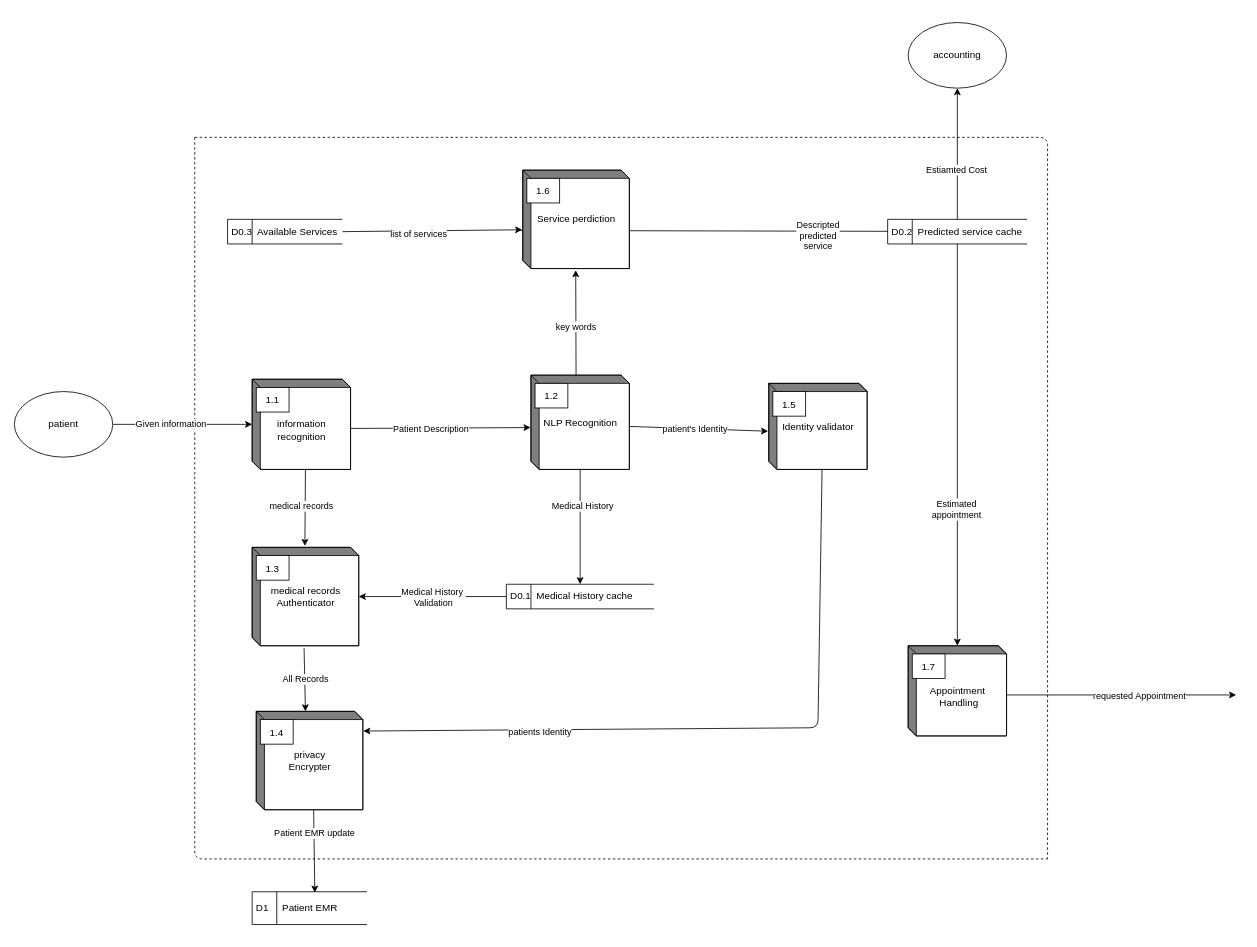
This is leveltwoDFD.drawio from srssina/Healthcare_Database_system, a draw.io file, before an edit. Source tidied: cells renumbered, new cells numbered last; positions are measured from the earlier drawing's top-left corner, leaving out a move shared by most shapes. Both pictures are drawn from the tidied source at 82%, with x=0, y=0 at pixel (14, 22).
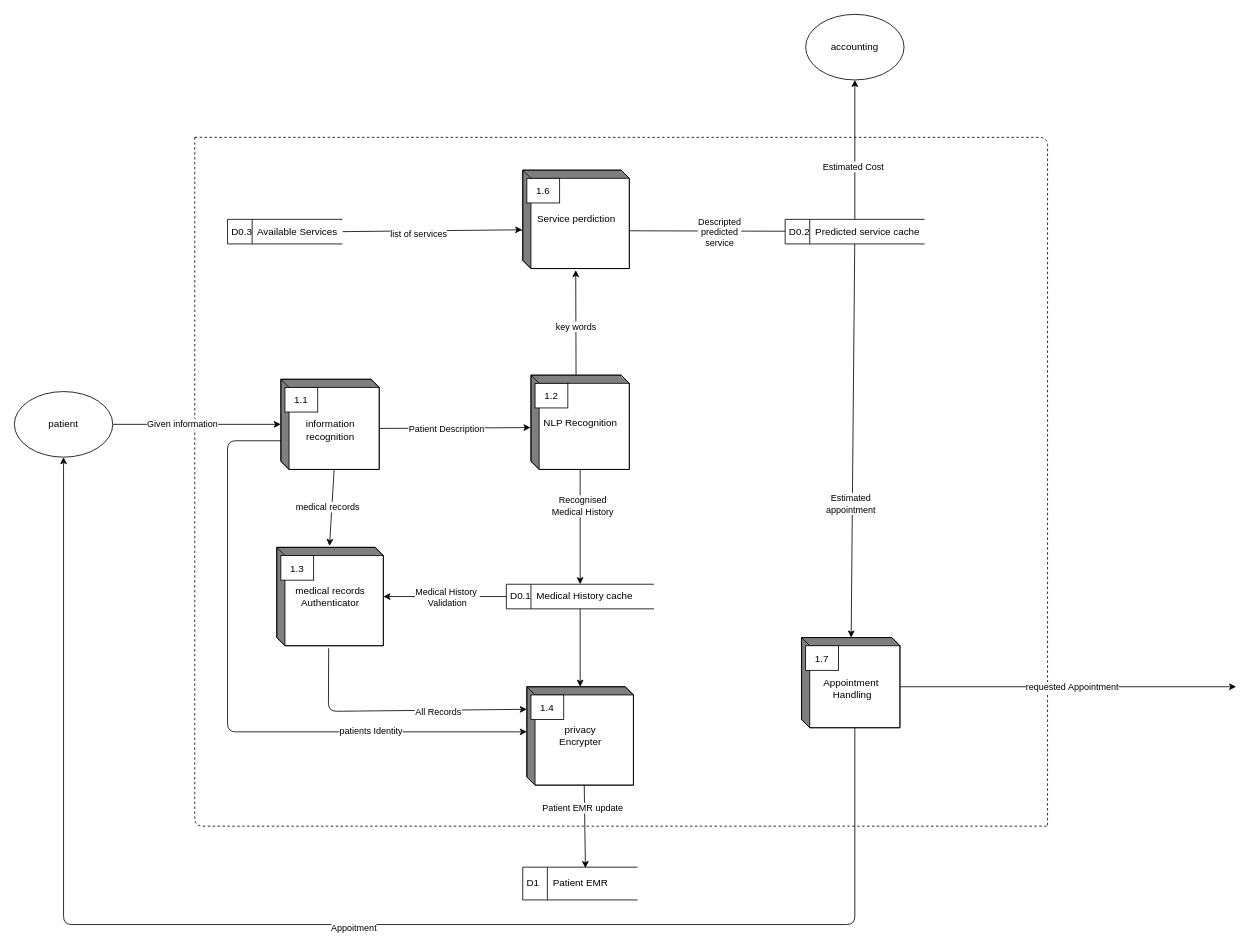
After the change.

The change refers to these unchanged cells:
```xml
<mxCell id="7" value="patient" style="ellipse;whiteSpace=wrap;html=1;" parent="1" vertex="1">
  <mxGeometry y="450" width="120" height="80" as="geometry" />
</mxCell>
<mxCell id="15" style="edgeStyle=none;html=1;entryX=0.5;entryY=0;entryDx=0;entryDy=0;" parent="1" edge="1" source="21" target="31">
  <mxGeometry relative="1" as="geometry" />
</mxCell>
<mxCell id="21" value="NLP Recognition" style="html=1;dashed=0;whitespace=wrap;shape=mxgraph.dfd.externalEntity;" parent="1" vertex="1">
  <mxGeometry x="630" y="430" width="120" height="115" as="geometry" />
</mxCell>
<mxCell id="23" style="edgeStyle=none;html=1;entryX=0.546;entryY=0.027;entryDx=0;entryDy=0;exitX=0;exitY=0;exitDx=70;exitDy=120;exitPerimeter=0;entryPerimeter=0;" parent="1" edge="1" source="32" target="8">
  <mxGeometry relative="1" as="geometry" />
</mxCell>
<mxCell id="31" value="D0.1&amp;nbsp; Medical History cache&amp;nbsp;&amp;nbsp;" style="html=1;dashed=0;whitespace=wrap;shape=mxgraph.dfd.dataStoreID;align=left;spacingLeft=3;points=[[0,0],[0.5,0],[1,0],[0,0.5],[1,0.5],[0,1],[0.5,1],[1,1]];" parent="1" vertex="1">
  <mxGeometry x="600" y="685" width="180" height="30" as="geometry" />
</mxCell>
<mxCell id="34" style="edgeStyle=none;html=1;exitX=-0.015;exitY=0.613;exitDx=0;exitDy=0;exitPerimeter=0;entryX=1;entryY=0.5;entryDx=0;entryDy=0;" parent="1" edge="1" source="36" target="42">
  <mxGeometry relative="1" as="geometry" />
</mxCell>
<mxCell id="38" style="edgeStyle=none;html=1;entryX=0.5;entryY=1;entryDx=0;entryDy=0;exitX=0.5;exitY=0;exitDx=0;exitDy=0;" parent="1" edge="1" source="42" target="4">
  <mxGeometry relative="1" as="geometry" />
</mxCell>
```

What changed in the source:
```diff
@@
     <mxCell id="2" style="endArrow=none;dashed=1;html=1;" parent="1" edge="1">
       <mxGeometry relative="1" as="geometry">
         <mxPoint x="220" y="140" as="sourcePoint" />
-        <mxPoint x="1260" y="1020" as="targetPoint" />
+        <mxPoint x="1260" y="980" as="targetPoint" />
         <Array as="points">
           <mxPoint x="1260" y="140" />
         </Array>
       </mxGeometry>
     </mxCell>
     <mxCell id="3" style="endArrow=none;dashed=1;html=1;" parent="1" edge="1">
       <mxGeometry relative="1" as="geometry">
         <mxPoint x="220" y="140" as="sourcePoint" />
-        <mxPoint x="1260" y="1020" as="targetPoint" />
+        <mxPoint x="1260" y="980" as="targetPoint" />
         <Array as="points">
-          <mxPoint x="220" y="1020" />
+          <mxPoint x="220" y="980" />
+          <mxPoint x="760" y="980" />
         </Array>
       </mxGeometry>
     </mxCell>
     <mxCell id="4" value="accounting" style="ellipse;whiteSpace=wrap;html=1;" parent="1" vertex="1">
-      <mxGeometry x="1090" width="120" height="80" as="geometry" />
+      <mxGeometry x="965" y="-10" width="120" height="80" as="geometry" />
     </mxCell>
@@
     <mxCell id="8" value="D1&amp;nbsp; &amp;nbsp; &amp;nbsp;Patient EMR" style="html=1;dashed=0;whitespace=wrap;shape=mxgraph.dfd.dataStoreID;align=left;spacingLeft=3;points=[[0,0],[0.5,0],[1,0],[0,0.5],[1,0.5],[0,1],[0.5,1],[1,1]];" parent="1" vertex="1">
-      <mxGeometry x="290" y="1060" width="140" height="40" as="geometry" />
+      <mxGeometry x="620" y="1030" width="140" height="40" as="geometry" />
     </mxCell>
@@
     <mxCell id="13" value="&lt;br&gt;information&lt;br&gt;recognition" style="html=1;dashed=0;whitespace=wrap;shape=mxgraph.dfd.externalEntity;" parent="1" vertex="1">
-      <mxGeometry x="290" y="435" width="120" height="110" as="geometry" />
+      <mxGeometry x="325" y="435" width="120" height="110" as="geometry" />
     </mxCell>
@@
-    <mxCell id="16" value="Medical History" style="edgeLabel;html=1;align=center;verticalAlign=middle;" parent="15" vertex="1">
+    <mxCell id="16" value="Recognised&lt;br&gt;Medical History" style="edgeLabel;html=1;align=center;verticalAlign=middle;" parent="15" vertex="1">
       <mxGeometry x="-0.37" y="2" relative="1" as="geometry" />
     </mxCell>
-    <mxCell id="17" style="edgeStyle=none;html=1;exitX=0;exitY=0;exitDx=120.00000000000001;exitDy=62.50000000000001;exitPerimeter=0;entryX=-0.006;entryY=0.556;entryDx=0;entryDy=0;entryPerimeter=0;" parent="1" edge="1" source="21" target="45">
-      <mxGeometry relative="1" as="geometry" />
-    </mxCell>
-    <mxCell id="18" value="patient's Identity" style="edgeLabel;html=1;align=center;verticalAlign=middle;" parent="17" vertex="1">
-      <mxGeometry x="0.38" y="1" relative="1" as="geometry">
-        <mxPoint x="-37" as="offset" />
-      </mxGeometry>
-    </mxCell>
@@
     <mxCell id="24" value="Patient EMR update" style="edgeLabel;html=1;align=center;verticalAlign=middle;" parent="23" vertex="1">
       <mxGeometry x="-0.16" relative="1" as="geometry">
-        <mxPoint y="-13" as="offset" />
+        <mxPoint x="-3" y="-14" as="offset" />
       </mxGeometry>
     </mxCell>
-    <mxCell id="25" style="edgeStyle=none;html=1;exitX=0.487;exitY=1.025;exitDx=0;exitDy=0;exitPerimeter=0;entryX=0;entryY=0;entryDx=60;entryDy=0;entryPerimeter=0;" parent="1" edge="1" source="27" target="32">
-      <mxGeometry relative="1" as="geometry" />
+    <mxCell id="25" style="edgeStyle=none;html=1;exitX=0.487;exitY=1.025;exitDx=0;exitDy=0;exitPerimeter=0;entryX=0;entryY=0;entryDx=0;entryDy=27.5;entryPerimeter=0;" parent="1" edge="1" source="27" target="32">
+      <mxGeometry relative="1" as="geometry">
+        <Array as="points">
+          <mxPoint x="383" y="840" />
+        </Array>
+      </mxGeometry>
     </mxCell>
     <mxCell id="26" value="All Records" style="edgeLabel;html=1;align=center;verticalAlign=middle;" parent="25" vertex="1">
       <mxGeometry x="0.54" y="-1" relative="1" as="geometry">
-        <mxPoint x="1" y="-22" as="offset" />
+        <mxPoint x="-36" y="1" as="offset" />
       </mxGeometry>
     </mxCell>
     <mxCell id="27" value="medical records&lt;br&gt;Authenticator" style="html=1;dashed=0;whitespace=wrap;shape=mxgraph.dfd.externalEntity;" parent="1" vertex="1">
-      <mxGeometry x="290" y="640" width="130" height="120" as="geometry" />
+      <mxGeometry x="320" y="640" width="130" height="120" as="geometry" />
     </mxCell>
@@
+    <mxCell id="54" style="edgeStyle=none;html=1;" parent="1" edge="1" source="31" target="32">
+      <mxGeometry relative="1" as="geometry" />
+    </mxCell>
@@
     <mxCell id="32" value="privacy &lt;br&gt;Encrypter" style="html=1;dashed=0;whitespace=wrap;shape=mxgraph.dfd.externalEntity;" parent="1" vertex="1">
-      <mxGeometry x="295" y="840" width="130" height="120" as="geometry" />
+      <mxGeometry x="625" y="810" width="130" height="120" as="geometry" />
     </mxCell>
@@
     <mxCell id="35" value="Descripted&lt;br&gt;predicted&lt;br&gt;service" style="edgeLabel;html=1;align=center;verticalAlign=middle;" parent="34" vertex="1">
       <mxGeometry x="0.17" y="-2" relative="1" as="geometry">
-        <mxPoint y="3" as="offset" />
+        <mxPoint x="-47" y="-1" as="offset" />
       </mxGeometry>
     </mxCell>
@@
-    <mxCell id="39" value="Estiamted Cost" style="edgeLabel;html=1;align=center;verticalAlign=middle;" parent="38" vertex="1">
-      <mxGeometry x="-0.24" y="2" relative="1" as="geometry" />
+    <mxCell id="39" value="Estimated Cost" style="edgeLabel;html=1;align=center;verticalAlign=middle;" parent="38" vertex="1">
+      <mxGeometry x="-0.24" y="2" relative="1" as="geometry">
+        <mxPoint x="-1" as="offset" />
+      </mxGeometry>
     </mxCell>
@@
     <mxCell id="42" value="D0.2&amp;nbsp; Predicted service cache" style="html=1;dashed=0;whitespace=wrap;shape=mxgraph.dfd.dataStoreID;align=left;spacingLeft=3;points=[[0,0],[0.5,0],[1,0],[0,0.5],[1,0.5],[0,1],[0.5,1],[1,1]];" parent="1" vertex="1">
-      <mxGeometry x="1065" y="240" width="170" height="30" as="geometry" />
+      <mxGeometry x="940" y="240" width="170" height="30" as="geometry" />
     </mxCell>
-    <mxCell id="43" style="edgeStyle=none;html=1;exitX=0;exitY=0;exitDx=65;exitDy=105;exitPerimeter=0;entryX=1.004;entryY=0.2;entryDx=0;entryDy=0;entryPerimeter=0;" parent="1" edge="1" source="45" target="32">
+    <mxCell id="43" style="edgeStyle=none;html=1;exitX=0;exitY=0;exitDx=0;exitDy=75;exitPerimeter=0;entryX=0;entryY=0;entryDx=0;entryDy=55.00000000000001;entryPerimeter=0;" parent="1" edge="1" source="13" target="32">
       <mxGeometry relative="1" as="geometry">
         <Array as="points">
-          <mxPoint x="980" y="860" />
+          <mxPoint x="260" y="510" />
+          <mxPoint x="260" y="865" />
         </Array>
       </mxGeometry>
     </mxCell>
@@
-    <mxCell id="45" value="Identity validator" style="html=1;dashed=0;whitespace=wrap;shape=mxgraph.dfd.externalEntity;" parent="1" vertex="1">
-      <mxGeometry x="920" y="440" width="120" height="105" as="geometry" />
-    </mxCell>
-    <mxCell id="46" value="1.5" style="strokeColor=inherit;fillColor=inherit;gradientColor=inherit;" parent="45" vertex="1">
-      <mxGeometry width="40" height="30" relative="1" as="geometry">
-        <mxPoint x="5" y="10" as="offset" />
-      </mxGeometry>
-    </mxCell>
@@
     <mxCell id="50" style="edgeStyle=none;html=1;exitX=0;exitY=0;exitDx=120;exitDy=60;exitPerimeter=0;" parent="1" edge="1" source="52">
       <mxGeometry relative="1" as="geometry">
-        <mxPoint x="1490" y="820" as="targetPoint" />
+        <mxPoint x="1490" y="810" as="targetPoint" />
       </mxGeometry>
     </mxCell>
@@
+    <mxCell id="55" style="edgeStyle=none;html=1;exitX=0;exitY=0;exitDx=65;exitDy=110;exitPerimeter=0;entryX=0.5;entryY=1;entryDx=0;entryDy=0;" parent="1" edge="1" source="52" target="7">
+      <mxGeometry relative="1" as="geometry">
+        <Array as="points">
+          <mxPoint x="1025" y="1100" />
+          <mxPoint x="60" y="1100" />
+        </Array>
+      </mxGeometry>
+    </mxCell>
+    <mxCell id="56" value="Appoitment" style="edgeLabel;html=1;align=center;verticalAlign=middle;" parent="55" vertex="1">
+      <mxGeometry x="-0.04" y="3" relative="1" as="geometry" />
+    </mxCell>
     <mxCell id="52" value="&lt;br&gt;Appointment&lt;br&gt;&amp;nbsp;Handling" style="html=1;dashed=0;whitespace=wrap;shape=mxgraph.dfd.externalEntity;" parent="1" vertex="1">
-      <mxGeometry x="1090" y="760" width="120" height="110" as="geometry" />
+      <mxGeometry x="960" y="750" width="120" height="110" as="geometry" />
     </mxCell>
```
